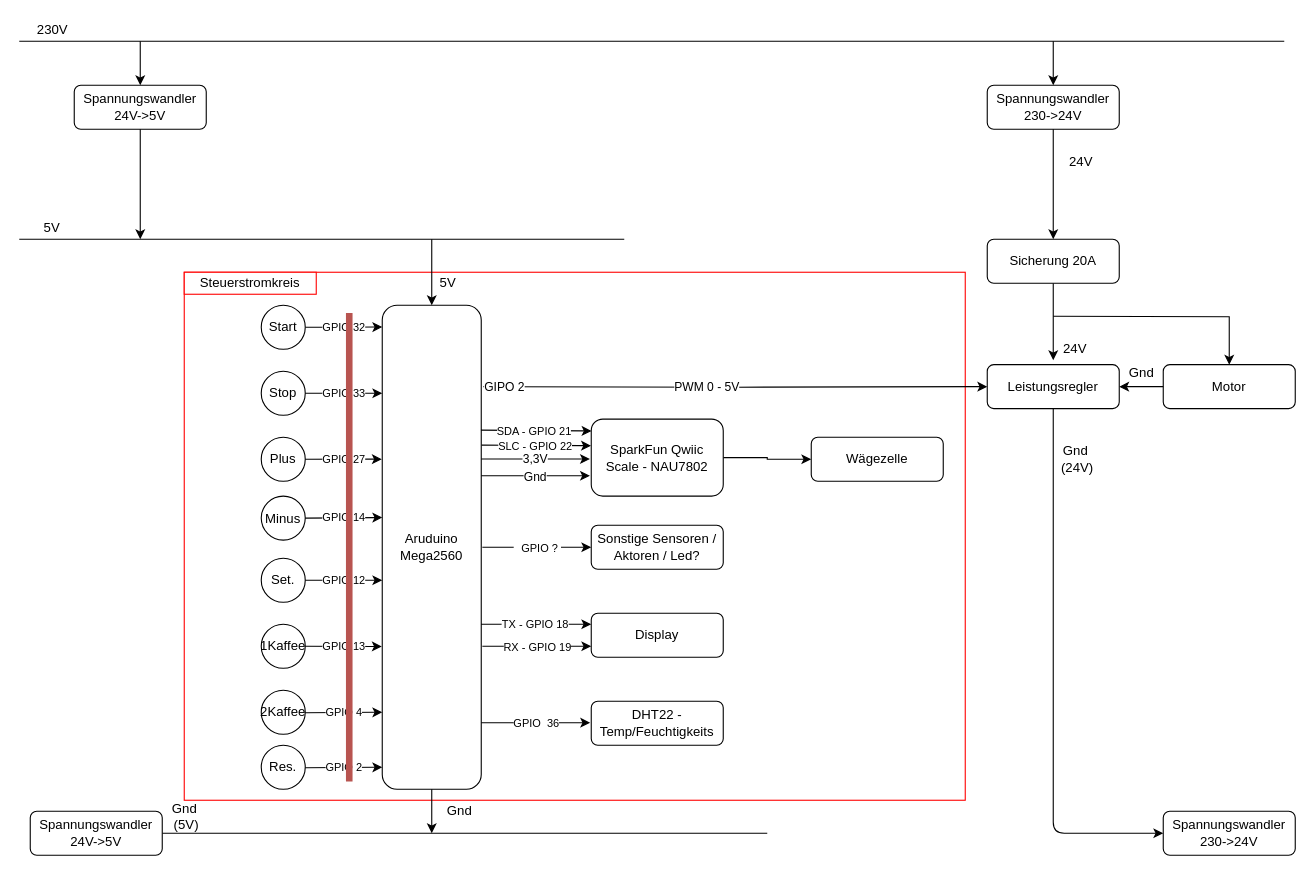
Above: Schaltplan.drawio in OgLocGreen/Kaffeemuehle-FourEng (draw.io), before the change. Source tidied: cells renumbered, new cells numbered last; positions are measured from the earlier drawing's top-left corner, leaving out a move shared by most shapes. Both pictures are drawn from the tidied source at 110%, with x=0, y=0 at pixel (19, 19).
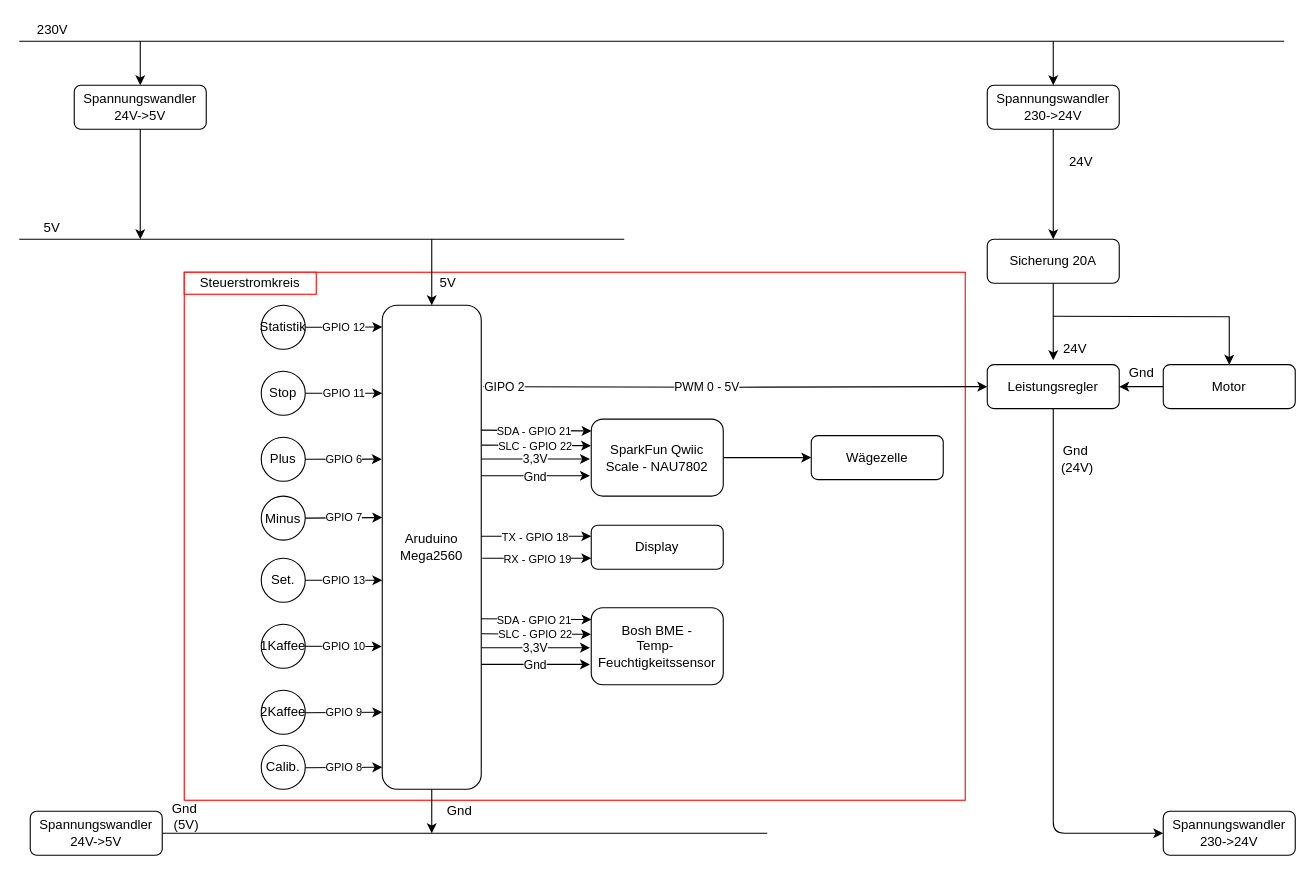
Above is the later version.

Commit message (it also covers changes not shown here):
Aktueller Schaltplan

The change refers to these unchanged cells:
```xml
<mxCell id="5" value="Stop" style="ellipse;whiteSpace=wrap;html=1;" parent="1" vertex="1">
  <mxGeometry x="220" y="320" width="40" height="40" as="geometry" />
</mxCell>
<mxCell id="6" value="Plus" style="ellipse;whiteSpace=wrap;html=1;" parent="1" vertex="1">
  <mxGeometry x="220" y="380" width="40" height="40" as="geometry" />
</mxCell>
<mxCell id="7" value="Minus" style="ellipse;whiteSpace=wrap;html=1;" parent="1" vertex="1">
  <mxGeometry x="220" y="433.5" width="40" height="40" as="geometry" />
</mxCell>
<mxCell id="8" value="1Kaffee" style="ellipse;whiteSpace=wrap;html=1;direction=south;" parent="1" vertex="1">
  <mxGeometry x="220" y="550" width="40" height="40" as="geometry" />
</mxCell>
<mxCell id="9" value="Set." style="ellipse;whiteSpace=wrap;html=1;direction=south;" parent="1" vertex="1">
  <mxGeometry x="220" y="490" width="40" height="40" as="geometry" />
</mxCell>
<mxCell id="10" value="Aruduino Mega2560" style="rounded=1;whiteSpace=wrap;html=1;" parent="1" vertex="1">
  <mxGeometry x="330" y="260" width="90" height="440" as="geometry" />
</mxCell>
```

The edit, as a diff of the source:
```diff
@@
-    <mxCell id="3" value="&lt;font style=&quot;font-size: 10px&quot;&gt;&lt;span class=&quot;rnthl rntclgreen&quot;&gt;GPIO 32&lt;br&gt;&lt;/span&gt;&lt;/font&gt;" style="edgeStyle=orthogonalEdgeStyle;rounded=0;jettySize=auto;html=1;entryX=0;entryY=0.045;entryDx=0;entryDy=0;entryPerimeter=0;" parent="1" edge="1" source="4" target="10">
+    <mxCell id="3" value="&lt;font style=&quot;font-size: 10px&quot;&gt;&lt;span class=&quot;rnthl rntclgreen&quot;&gt;GPIO 12&lt;br&gt;&lt;/span&gt;&lt;/font&gt;" style="edgeStyle=orthogonalEdgeStyle;rounded=0;jettySize=auto;html=1;entryX=0;entryY=0.045;entryDx=0;entryDy=0;entryPerimeter=0;" parent="1" edge="1" source="4" target="10">
       <mxGeometry relative="1" as="geometry" />
     </mxCell>
-    <mxCell id="4" value="Start" style="ellipse;whiteSpace=wrap;html=1;" parent="1" vertex="1">
+    <mxCell id="4" value="Statistik" style="ellipse;whiteSpace=wrap;html=1;" parent="1" vertex="1">
       <mxGeometry x="220" y="260" width="40" height="40" as="geometry" />
     </mxCell>
@@
-    <mxCell id="11" value="&lt;font style=&quot;font-size: 10px&quot;&gt;&lt;span class=&quot;rnthl rntclgreen&quot;&gt;GPIO 33&lt;br&gt;&lt;/span&gt;&lt;/font&gt;" style="endArrow=classic;html=1;exitX=1;exitY=0.5;exitDx=0;exitDy=0;" parent="1" edge="1" source="5">
+    <mxCell id="11" value="&lt;font style=&quot;font-size: 10px&quot;&gt;&lt;span class=&quot;rnthl rntclgreen&quot;&gt;GPIO 11&lt;/span&gt;&lt;/font&gt;" style="endArrow=classic;html=1;exitX=1;exitY=0.5;exitDx=0;exitDy=0;" parent="1" edge="1" source="5">
       <mxGeometry relative="1" as="geometry">
         <mxPoint x="330" y="340" as="targetPoint" />
       </mxGeometry>
     </mxCell>
-    <mxCell id="12" value="&lt;font style=&quot;font-size: 10px&quot;&gt;&lt;span class=&quot;rnthl rntclgreen&quot;&gt;GPIO 27&lt;br&gt;&lt;/span&gt;&lt;/font&gt;" style="endArrow=classic;html=1;exitX=1;exitY=0.5;exitDx=0;exitDy=0;entryX=-0.005;entryY=0.318;entryDx=0;entryDy=0;entryPerimeter=0;" parent="1" edge="1" source="6" target="10">
+    <mxCell id="12" value="&lt;font style=&quot;font-size: 10px&quot;&gt;&lt;span class=&quot;rnthl rntclgreen&quot;&gt;GPIO 6&lt;br&gt;&lt;/span&gt;&lt;/font&gt;" style="endArrow=classic;html=1;exitX=1;exitY=0.5;exitDx=0;exitDy=0;entryX=-0.005;entryY=0.318;entryDx=0;entryDy=0;entryPerimeter=0;" parent="1" edge="1" source="6" target="10">
       <mxGeometry relative="1" as="geometry" />
     </mxCell>
-    <mxCell id="13" value="&lt;font style=&quot;font-size: 10px&quot;&gt;&lt;span class=&quot;rnthl rntclgreen&quot;&gt;GPIO 14&lt;br&gt;&lt;/span&gt;&lt;/font&gt;" style="endArrow=classic;html=1;exitX=1;exitY=0.5;exitDx=0;exitDy=0;" parent="1" edge="1" source="7">
+    <mxCell id="13" value="&lt;font style=&quot;font-size: 10px&quot;&gt;&lt;span class=&quot;rnthl rntclgreen&quot;&gt;GPIO 7&lt;br&gt;&lt;/span&gt;&lt;/font&gt;" style="endArrow=classic;html=1;exitX=1;exitY=0.5;exitDx=0;exitDy=0;" parent="1" edge="1" source="7">
       <mxGeometry relative="1" as="geometry">
         <mxPoint x="330" y="453" as="targetPoint" />
       </mxGeometry>
     </mxCell>
-    <mxCell id="14" value="&lt;font style=&quot;font-size: 10px&quot;&gt;&lt;span class=&quot;rnthl rntclgreen&quot;&gt;GPIO 12&lt;br&gt;&lt;/span&gt;&lt;/font&gt;" style="endArrow=classic;html=1;exitX=0.5;exitY=0;exitDx=0;exitDy=0;" parent="1" edge="1" source="9">
+    <mxCell id="14" value="&lt;font style=&quot;font-size: 10px&quot;&gt;&lt;span class=&quot;rnthl rntclgreen&quot;&gt;GPIO 13&lt;/span&gt;&lt;/font&gt;" style="endArrow=classic;html=1;exitX=0.5;exitY=0;exitDx=0;exitDy=0;" parent="1" edge="1" source="9">
       <mxGeometry relative="1" as="geometry">
         <mxPoint x="330" y="510" as="targetPoint" />
       </mxGeometry>
     </mxCell>
-    <mxCell id="15" value="&lt;font style=&quot;font-size: 10px&quot;&gt;GPIO 13&lt;br&gt;&lt;/font&gt;" style="endArrow=classic;html=1;exitX=0.5;exitY=0;exitDx=0;exitDy=0;entryX=-0.005;entryY=0.705;entryDx=0;entryDy=0;entryPerimeter=0;" parent="1" edge="1" source="8" target="10">
+    <mxCell id="15" value="&lt;font style=&quot;font-size: 10px&quot;&gt;GPIO 10&lt;/font&gt;" style="endArrow=classic;html=1;exitX=0.5;exitY=0;exitDx=0;exitDy=0;entryX=-0.005;entryY=0.705;entryDx=0;entryDy=0;entryPerimeter=0;" parent="1" edge="1" source="8" target="10">
       <mxGeometry relative="1" as="geometry" />
     </mxCell>
@@
     <mxCell id="22" value="Wägezelle" style="rounded=1;whiteSpace=wrap;html=1;" parent="1" vertex="1">
-      <mxGeometry x="720" y="380" width="120" height="40" as="geometry" />
+      <mxGeometry x="720" y="378.5" width="120" height="40" as="geometry" />
     </mxCell>
-    <mxCell id="23" value="Sonstige Sensoren / Aktoren / Led?" style="rounded=1;whiteSpace=wrap;html=1;" parent="1" vertex="1">
-      <mxGeometry x="520" y="460" width="120" height="40" as="geometry" />
-    </mxCell>
@@
-    <mxCell id="27" style="endArrow=classic;html=1;entryX=0;entryY=0.5;entryDx=0;entryDy=0;" parent="1" edge="1" target="23">
-      <mxGeometry relative="1" as="geometry">
-        <mxPoint x="421" y="480" as="sourcePoint" />
-      </mxGeometry>
-    </mxCell>
-    <mxCell id="28" value="&lt;table class=&quot;wp-block-table&quot; style=&quot;font-size: 10px&quot;&gt;&lt;tbody&gt;&lt;tr&gt;&lt;td&gt;&lt;font style=&quot;font-size: 10px&quot;&gt;&lt;strong&gt;&lt;/strong&gt;&lt;br&gt;&lt;/font&gt;&lt;/td&gt;&lt;td&gt;&lt;font style=&quot;font-size: 10px&quot;&gt;&lt;span class=&quot;rnthl rntclgreen&quot;&gt;GPIO ?&lt;br&gt;&lt;/span&gt;&lt;/font&gt;&lt;/td&gt;&lt;/tr&gt;&lt;/tbody&gt;&lt;/table&gt;" style="edgeLabel;html=1;align=center;verticalAlign=middle;" parent="27" vertex="1">
-      <mxGeometry x="-0.18" relative="1" as="geometry">
-        <mxPoint x="8.1" as="offset" />
-      </mxGeometry>
-    </mxCell>
     <mxCell id="29" value="Display" style="rounded=1;whiteSpace=wrap;html=1;" parent="1" vertex="1">
-      <mxGeometry x="520" y="540" width="120" height="40" as="geometry" />
+      <mxGeometry x="520" y="460" width="120" height="40" as="geometry" />
     </mxCell>
-    <mxCell id="30" style="endArrow=classic;html=1;entryX=0;entryY=0.25;entryDx=0;entryDy=0;exitX=0.998;exitY=0.659;exitDx=0;exitDy=0;exitPerimeter=0;" parent="1" edge="1" source="10" target="29">
-      <mxGeometry relative="1" as="geometry" />
+    <mxCell id="30" style="endArrow=classic;html=1;entryX=0;entryY=0.25;entryDx=0;entryDy=0;exitX=0.998;exitY=0.659;exitDx=0;exitDy=0;exitPerimeter=0;" parent="1" edge="1" target="29">
+      <mxGeometry relative="1" as="geometry">
+        <mxPoint x="419.8" y="470" as="sourcePoint" />
+      </mxGeometry>
     </mxCell>
@@
     <mxCell id="32" style="endArrow=classic;html=1;entryX=0;entryY=0.75;entryDx=0;entryDy=0;" parent="1" edge="1" target="29">
       <mxGeometry relative="1" as="geometry">
-        <mxPoint x="421" y="570" as="sourcePoint" />
+        <mxPoint x="421" y="490" as="sourcePoint" />
       </mxGeometry>
     </mxCell>
@@
-    <mxCell id="35" value="&lt;font style=&quot;font-size: 10px&quot;&gt;GPIO 4&lt;br&gt;&lt;/font&gt;" style="endArrow=classic;html=1;exitX=0.5;exitY=0;exitDx=0;exitDy=0;" parent="1" edge="1">
+    <mxCell id="35" value="&lt;font style=&quot;font-size: 10px&quot;&gt;GPIO 9&lt;br&gt;&lt;/font&gt;" style="endArrow=classic;html=1;exitX=0.5;exitY=0;exitDx=0;exitDy=0;" parent="1" edge="1">
       <mxGeometry relative="1" as="geometry">
         <mxPoint x="260" y="630.5" as="sourcePoint" />
         <mxPoint x="330" y="630" as="targetPoint" />
       </mxGeometry>
     </mxCell>
-    <mxCell id="36" value="Res." style="ellipse;whiteSpace=wrap;html=1;direction=south;" parent="1" vertex="1">
+    <mxCell id="36" value="Calib." style="ellipse;whiteSpace=wrap;html=1;direction=south;" parent="1" vertex="1">
       <mxGeometry x="220" y="660" width="40" height="40" as="geometry" />
     </mxCell>
-    <mxCell id="37" value="&lt;font style=&quot;font-size: 10px&quot;&gt;GPIO 2&lt;br&gt;&lt;/font&gt;" style="endArrow=classic;html=1;exitX=0.5;exitY=0;exitDx=0;exitDy=0;" parent="1" edge="1">
+    <mxCell id="37" value="&lt;font style=&quot;font-size: 10px&quot;&gt;GPIO 8&lt;br&gt;&lt;/font&gt;" style="endArrow=classic;html=1;exitX=0.5;exitY=0;exitDx=0;exitDy=0;" parent="1" edge="1">
       <mxGeometry relative="1" as="geometry">
         <mxPoint x="260" y="680.5" as="sourcePoint" />
         <mxPoint x="330" y="680" as="targetPoint" />
       </mxGeometry>
     </mxCell>
-    <mxCell id="38" value="DHT22 - Temp/Feuchtigkeits" style="rounded=1;whiteSpace=wrap;html=1;" parent="1" vertex="1">
-      <mxGeometry x="520" y="620" width="120" height="40" as="geometry" />
-    </mxCell>
-    <mxCell id="39" style="endArrow=classic;html=1;entryX=0;entryY=0.75;entryDx=0;entryDy=0;" parent="1" edge="1">
-      <mxGeometry relative="1" as="geometry">
-        <mxPoint x="420" y="639.5" as="sourcePoint" />
-        <mxPoint x="519" y="639.5" as="targetPoint" />
-      </mxGeometry>
-    </mxCell>
-    <mxCell id="40" value="GPIO&amp;nbsp; 36" style="edgeLabel;html=1;align=center;verticalAlign=middle;fontSize=10;" parent="39" vertex="1">
-      <mxGeometry x="-0.18" relative="1" as="geometry">
-        <mxPoint x="8.1" as="offset" />
-      </mxGeometry>
-    </mxCell>
@@
-    <mxCell id="71" style="endArrow=none;html=1;fillColor=#f8cecc;strokeColor=#b85450;strokeWidth=6;" parent="1" edge="1">
-      <mxGeometry relative="1" as="geometry">
-        <mxPoint x="300" y="693" as="sourcePoint" />
-        <mxPoint x="300" y="267" as="targetPoint" />
-      </mxGeometry>
-    </mxCell>
@@
+    <mxCell id="76" value="&lt;div&gt;Bosh BME - &lt;br&gt;&lt;/div&gt;&lt;div&gt;Temp-&amp;nbsp; Feuchtigkeitssensor&lt;/div&gt;" style="rounded=1;whiteSpace=wrap;html=1;" parent="1" vertex="1">
+      <mxGeometry x="520" y="535" width="120" height="70" as="geometry" />
+    </mxCell>
+    <mxCell id="77" style="endArrow=classic;html=1;exitX=0.997;exitY=0.258;exitDx=0;exitDy=0;exitPerimeter=0;entryX=0.002;entryY=0.154;entryDx=0;entryDy=0;entryPerimeter=0;" parent="1" edge="1" target="76">
+      <mxGeometry relative="1" as="geometry">
+        <mxPoint x="419.7" y="545" as="sourcePoint" />
+      </mxGeometry>
+    </mxCell>
+    <mxCell id="78" value="&lt;font style=&quot;font-size: 10px&quot;&gt;SDA - &lt;span class=&quot;rnthl rntclblue&quot;&gt;GPIO 21&lt;/span&gt;&lt;/font&gt;" style="edgeLabel;html=1;align=center;verticalAlign=middle;" parent="77" vertex="1">
+      <mxGeometry x="-0.18" relative="1" as="geometry">
+        <mxPoint x="7.1" as="offset" />
+      </mxGeometry>
+    </mxCell>
+    <mxCell id="79" style="endArrow=classic;html=1;entryX=-0.002;entryY=0.345;entryDx=0;entryDy=0;exitX=1.003;exitY=0.289;exitDx=0;exitDy=0;exitPerimeter=0;entryPerimeter=0;" parent="1" edge="1" target="76">
+      <mxGeometry relative="1" as="geometry">
+        <mxPoint x="420.3" y="558.7" as="sourcePoint" />
+      </mxGeometry>
+    </mxCell>
+    <mxCell id="80" value="&lt;font style=&quot;font-size: 10px&quot;&gt;SLC - &lt;span class=&quot;rnthl rntclblue&quot;&gt;GPIO 22&lt;/span&gt;&lt;/font&gt;" style="edgeLabel;html=1;align=center;verticalAlign=middle;" parent="79" vertex="1">
+      <mxGeometry x="-0.18" relative="1" as="geometry">
+        <mxPoint x="7.1" as="offset" />
+      </mxGeometry>
+    </mxCell>
+    <mxCell id="81" style="endArrow=classic;html=1;entryX=0;entryY=0.5;entryDx=0;entryDy=0;exitX=0.382;exitY=0.351;exitDx=0;exitDy=0;exitPerimeter=0;" parent="1" edge="1">
+      <mxGeometry relative="1" as="geometry">
+        <mxPoint x="420" y="571.3" as="sourcePoint" />
+        <mxPoint x="518.8" y="571.3" as="targetPoint" />
+      </mxGeometry>
+    </mxCell>
+    <mxCell id="82" value="3,3V" style="edgeLabel;html=1;align=center;verticalAlign=middle;" parent="81" vertex="1">
+      <mxGeometry x="-0.18" relative="1" as="geometry">
+        <mxPoint x="7.1" as="offset" />
+      </mxGeometry>
+    </mxCell>
+    <mxCell id="83" style="endArrow=classic;html=1;entryX=0;entryY=0.5;entryDx=0;entryDy=0;exitX=0.382;exitY=0.351;exitDx=0;exitDy=0;exitPerimeter=0;" parent="1" edge="1">
+      <mxGeometry relative="1" as="geometry">
+        <mxPoint x="420" y="586.5" as="sourcePoint" />
+        <mxPoint x="518.8" y="586.5" as="targetPoint" />
+      </mxGeometry>
+    </mxCell>
+    <mxCell id="84" value="Gnd" style="edgeLabel;html=1;align=center;verticalAlign=middle;" parent="83" vertex="1">
+      <mxGeometry x="-0.18" relative="1" as="geometry">
+        <mxPoint x="7.1" as="offset" />
+      </mxGeometry>
+    </mxCell>
```
